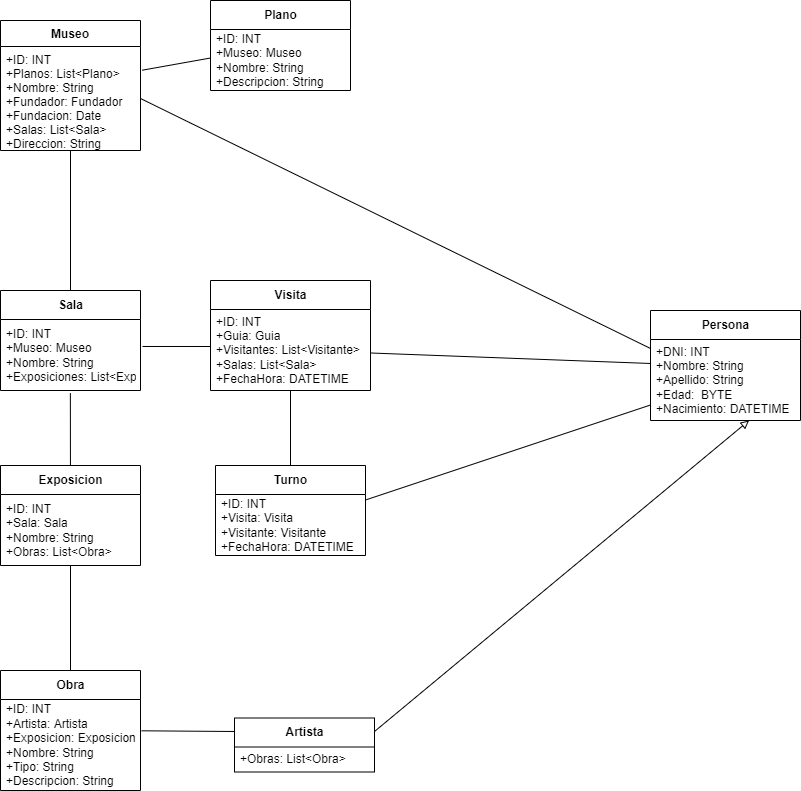
Earlier version of the draw.io export docs/Diagrama_de_Clases.drawio.png (ArturoCruz606/OlimpiadaMuseo2022). Source tidied: cells renumbered, new cells last; positions are measured from the earlier drawing's top-left corner, leaving out a move shared by most shapes.
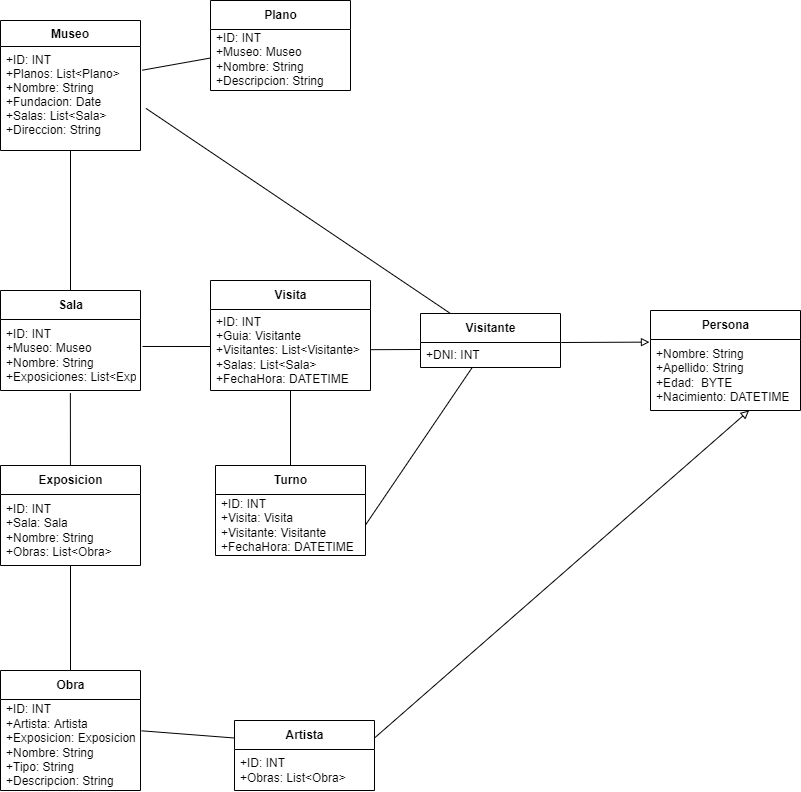
The same file after the commit.

Commit message:
Edicion de Diagrama de Clases

Change to the diagram source:
```diff
@@ -5,7 +5,7 @@
     <mxCell id="2" value="Museo" style="swimlane;fontStyle=1;align=center;verticalAlign=top;horizontal=1;startSize=26;" parent="1" vertex="1">
       <mxGeometry y="20" width="140" height="130" as="geometry" />
     </mxCell>
-    <mxCell id="3" value="+ID: INT&#10;+Planos: List&lt;Plano&gt;&#10;+Nombre: String&#10;+Fundador: Fundador&#10;+Fundacion: Date&#10;+Salas: List&lt;Sala&gt; &#10;+Direccion: String" style="text;strokeColor=none;fillColor=none;align=left;verticalAlign=top;spacingLeft=4;spacingRight=4;overflow=hidden;points=[[0,0.5],[1,0.5]];portConstraint=eastwest;" parent="2" vertex="1">
+    <mxCell id="3" value="+ID: INT&#10;+Planos: List&lt;Plano&gt;&#10;+Nombre: String&#10;+Fundacion: Date&#10;+Salas: List&lt;Sala&gt; &#10;+Direccion: String" style="text;strokeColor=none;fillColor=none;align=left;verticalAlign=top;spacingLeft=4;spacingRight=4;overflow=hidden;points=[[0,0.5],[1,0.5]];portConstraint=eastwest;" parent="2" vertex="1">
       <mxGeometry y="26" width="140" height="104" as="geometry" />
     </mxCell>
     <mxCell id="4" style="edgeStyle=none;html=1;entryX=1.012;entryY=0.228;entryDx=0;entryDy=0;entryPerimeter=0;endArrow=none;endFill=0;startArrow=none;startFill=0;" parent="1" edge="1" source="5" target="3">
@@ -35,7 +35,7 @@
     <mxCell id="12" value="Visita" style="swimlane;fontStyle=1;align=center;verticalAlign=middle;horizontal=1;startSize=29;html=1;" parent="1" vertex="1">
       <mxGeometry x="210" y="280" width="160" height="110" as="geometry" />
     </mxCell>
-    <mxCell id="13" value="&lt;div&gt;&lt;span&gt;+ID: INT&lt;/span&gt;&lt;/div&gt;&lt;div&gt;&lt;span&gt;+Guia: Guia&lt;/span&gt;&lt;/div&gt;&lt;div&gt;&lt;span&gt;+Visitantes: List&amp;lt;Visitante&amp;gt;&lt;/span&gt;&lt;/div&gt;&lt;div&gt;&lt;span&gt;+Salas: List&amp;lt;Sala&amp;gt;&lt;/span&gt;&lt;/div&gt;&lt;div&gt;&lt;span&gt;+FechaHora: DATETIME&lt;/span&gt;&lt;/div&gt;" style="text;html=1;strokeColor=none;fillColor=none;align=left;verticalAlign=middle;spacingLeft=4;spacingRight=4;overflow=hidden;points=[[0,0.5],[1,0.5]];portConstraint=eastwest;" parent="12" vertex="1">
+    <mxCell id="13" value="&lt;div&gt;&lt;span&gt;+ID: INT&lt;/span&gt;&lt;/div&gt;&lt;div&gt;&lt;span&gt;+Guia: Visitante&lt;/span&gt;&lt;/div&gt;&lt;div&gt;&lt;span&gt;+Visitantes: List&amp;lt;Visitante&amp;gt;&lt;/span&gt;&lt;/div&gt;&lt;div&gt;&lt;span&gt;+Salas: List&amp;lt;Sala&amp;gt;&lt;/span&gt;&lt;/div&gt;&lt;div&gt;&lt;span&gt;+FechaHora: DATETIME&lt;/span&gt;&lt;/div&gt;" style="text;html=1;strokeColor=none;fillColor=none;align=left;verticalAlign=middle;spacingLeft=4;spacingRight=4;overflow=hidden;points=[[0,0.5],[1,0.5]];portConstraint=eastwest;" parent="12" vertex="1">
       <mxGeometry y="29" width="160" height="81" as="geometry" />
     </mxCell>
     <mxCell id="14" style="edgeStyle=none;html=1;startArrow=none;startFill=0;endArrow=none;endFill=0;" parent="1" edge="1" source="15" target="13">
@@ -61,9 +61,6 @@
         <mxPoint x="210" y="346" as="targetPoint" />
       </mxGeometry>
     </mxCell>
-    <mxCell id="21" style="edgeStyle=none;html=1;exitX=1;exitY=0.5;exitDx=0;exitDy=0;startArrow=none;startFill=0;endArrow=none;endFill=0;entryX=0;entryY=0.111;entryDx=0;entryDy=0;entryPerimeter=0;" parent="1" edge="1" source="3" target="27">
-      <mxGeometry relative="1" as="geometry" />
-    </mxCell>
     <mxCell id="22" style="edgeStyle=none;html=1;entryX=0.657;entryY=1;entryDx=0;entryDy=0;entryPerimeter=0;endArrow=block;endFill=0;exitX=1;exitY=0.25;exitDx=0;exitDy=0;" parent="1" edge="1" source="28" target="27">
       <mxGeometry relative="1" as="geometry" />
     </mxCell>
@@ -77,22 +74,36 @@
       <mxGeometry relative="1" as="geometry" />
     </mxCell>
     <mxCell id="26" value="Persona" style="swimlane;fontStyle=1;align=center;verticalAlign=middle;horizontal=1;startSize=29;html=1;" parent="1" vertex="1">
-      <mxGeometry x="650" y="310" width="150" height="110" as="geometry" />
+      <mxGeometry x="650" y="310" width="150" height="100" as="geometry" />
     </mxCell>
-    <mxCell id="27" value="+DNI: INT&lt;br&gt;+Nombre: String&lt;br&gt;+Apellido: String&lt;br&gt;+Edad:&amp;nbsp; BYTE&lt;br&gt;+Nacimiento: DATETIME" style="text;html=1;strokeColor=none;fillColor=none;align=left;verticalAlign=middle;spacingLeft=4;spacingRight=4;overflow=hidden;points=[[0,0.5],[1,0.5]];portConstraint=eastwest;" parent="26" vertex="1">
-      <mxGeometry y="29" width="150" height="81" as="geometry" />
+    <mxCell id="27" value="+Nombre: String&lt;br&gt;+Apellido: String&lt;br&gt;+Edad:&amp;nbsp; BYTE&lt;br&gt;+Nacimiento: DATETIME" style="text;html=1;strokeColor=none;fillColor=none;align=left;verticalAlign=middle;spacingLeft=4;spacingRight=4;overflow=hidden;points=[[0,0.5],[1,0.5]];portConstraint=eastwest;" parent="26" vertex="1">
+      <mxGeometry y="29" width="150" height="71" as="geometry" />
     </mxCell>
     <mxCell id="28" value="Artista" style="swimlane;fontStyle=1;align=center;verticalAlign=middle;horizontal=1;startSize=29;html=1;" parent="1" vertex="1">
-      <mxGeometry x="234" y="717.5" width="140" height="54" as="geometry" />
+      <mxGeometry x="234" y="720" width="140" height="70" as="geometry" />
     </mxCell>
-    <mxCell id="29" value="+Obras: List&amp;lt;Obra&amp;gt;" style="text;html=1;strokeColor=none;fillColor=none;align=left;verticalAlign=middle;spacingLeft=4;spacingRight=4;overflow=hidden;" parent="28" vertex="1">
-      <mxGeometry y="29" width="140" height="25" as="geometry" />
+    <mxCell id="29" value="+ID: INT&lt;br&gt;+Obras: List&amp;lt;Obra&amp;gt;" style="text;html=1;strokeColor=none;fillColor=none;align=left;verticalAlign=middle;spacingLeft=4;spacingRight=4;overflow=hidden;" parent="28" vertex="1">
+      <mxGeometry y="29" width="140" height="41" as="geometry" />
     </mxCell>
-    <mxCell id="30" style="edgeStyle=none;html=1;entryX=0;entryY=0.296;entryDx=0;entryDy=0;entryPerimeter=0;endArrow=none;endFill=0;" parent="1" edge="1" source="13" target="27">
-      <mxGeometry relative="1" as="geometry" />
-    </mxCell>
+    <mxCell id="32" style="edgeStyle=none;html=1;entryX=1;entryY=0.5;entryDx=0;entryDy=0;endArrow=none;endFill=0;" parent="1" edge="1" source="31" target="16">
+      <mxGeometry relative="1" as="geometry" />
+    </mxCell>
+    <mxCell id="33" style="edgeStyle=none;html=1;entryX=1.039;entryY=0.595;entryDx=0;entryDy=0;entryPerimeter=0;endArrow=none;endFill=0;" parent="1" edge="1" source="31" target="3">
+      <mxGeometry relative="1" as="geometry" />
+    </mxCell>
-    <mxCell id="31" style="edgeStyle=none;html=1;endArrow=none;endFill=0;" parent="1" edge="1" source="16" target="27">
-      <mxGeometry relative="1" as="geometry" />
+    <mxCell id="31" value="Visitante" style="swimlane;fontStyle=1;align=center;verticalAlign=middle;horizontal=1;startSize=29;html=1;" parent="1" vertex="1">
+      <mxGeometry x="420" y="313" width="140" height="54" as="geometry" />
     </mxCell>
+    <mxCell id="34" value="+DNI: INT" style="text;html=1;strokeColor=none;fillColor=none;align=left;verticalAlign=middle;spacingLeft=4;spacingRight=4;overflow=hidden;points=[[0,0.5],[1,0.5]];portConstraint=eastwest;" parent="31" vertex="1">
+      <mxGeometry y="29" width="140" height="25" as="geometry" />
+    </mxCell>
+    <mxCell id="35" style="edgeStyle=none;html=1;entryX=-0.007;entryY=0.037;entryDx=0;entryDy=0;endArrow=block;endFill=0;exitX=1.005;exitY=0;exitDx=0;exitDy=0;exitPerimeter=0;entryPerimeter=0;" parent="1" edge="1" source="34" target="27">
+      <mxGeometry relative="1" as="geometry" />
+    </mxCell>
+    <mxCell id="36" style="edgeStyle=none;html=1;endArrow=none;endFill=0;" parent="1" edge="1" target="13">
+      <mxGeometry relative="1" as="geometry">
+        <mxPoint x="420" y="349" as="sourcePoint" />
+      </mxGeometry>
+    </mxCell>
   </root>
 </mxGraphModel>
```
